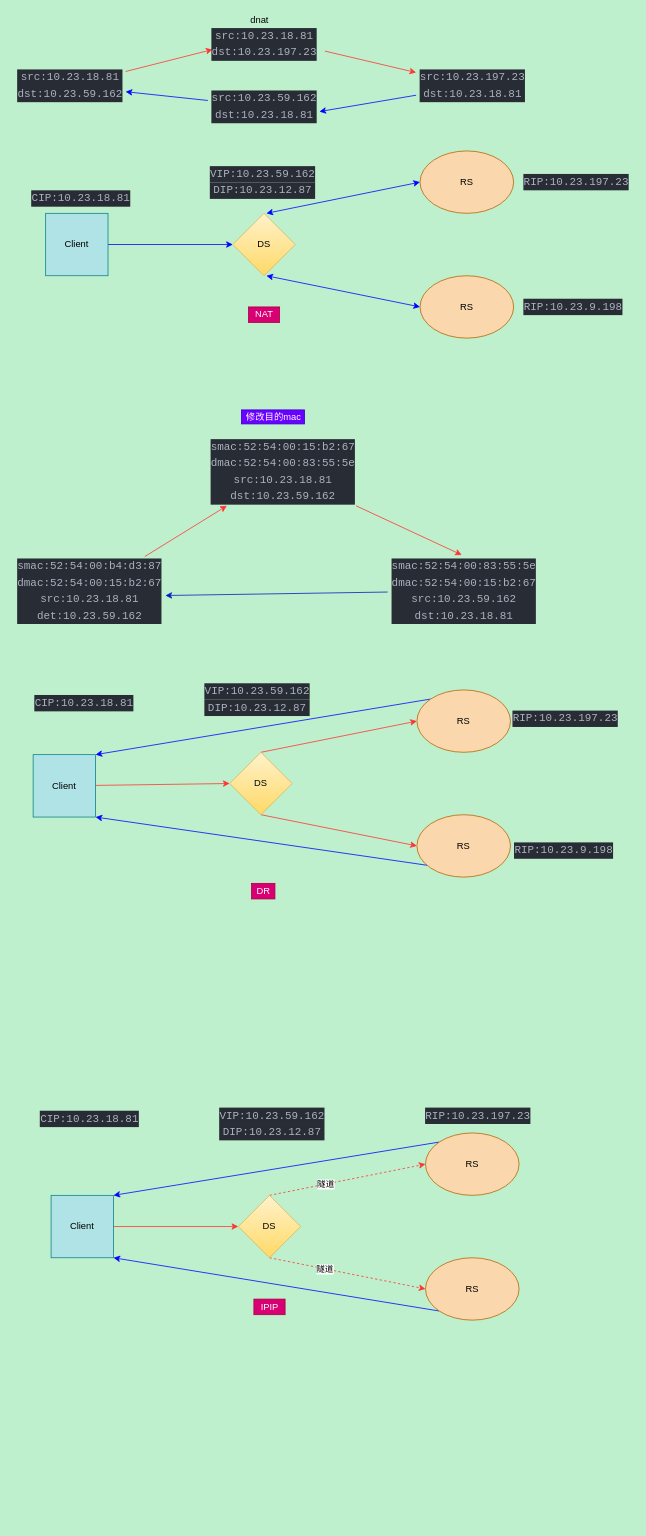
Before: drawio/ipvs.drawio in NatureLR/blog, a draw.io diagram. Source tidied: cells renumbered, new cells numbered last; positions are measured from the earlier drawing's top-left corner, leaving out a move shared by most shapes. Both pictures are drawn from the tidied source at 78%, with x=0, y=0 at pixel (12, 13).
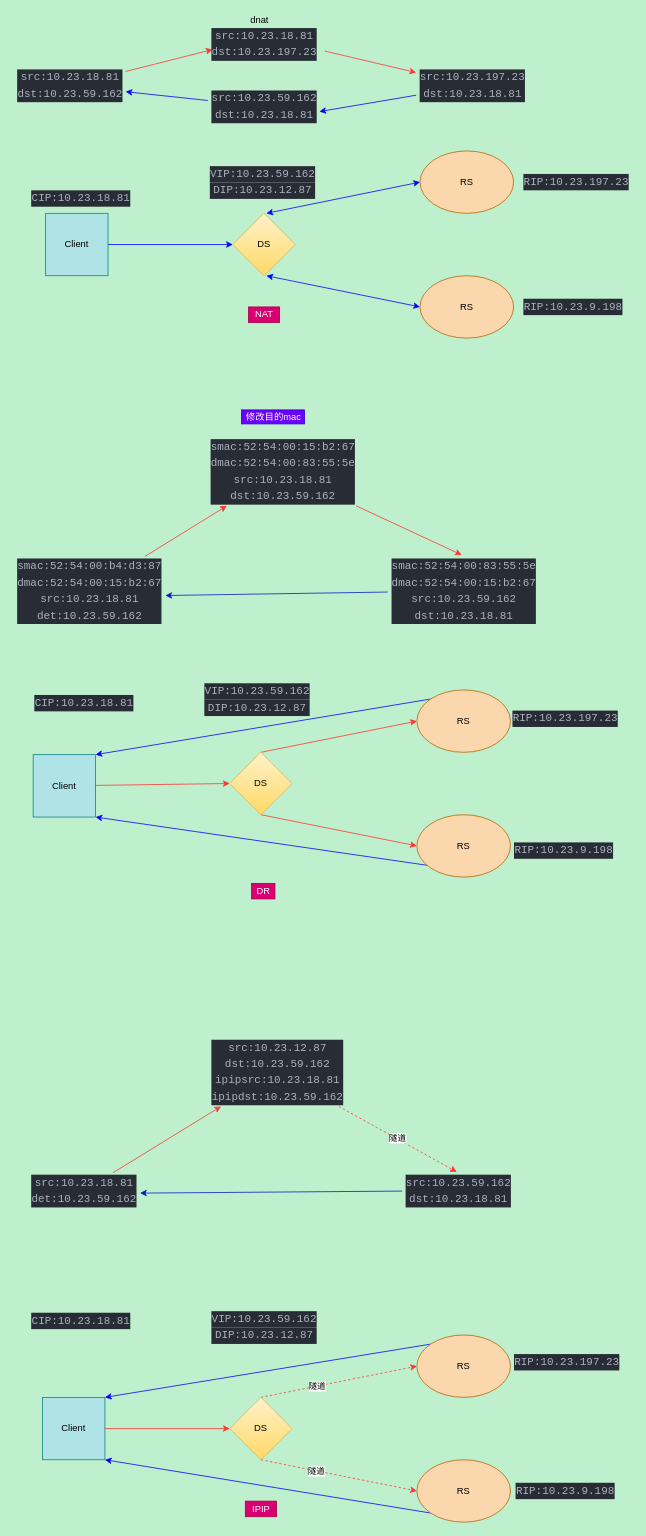
The same page after the edit.

The edit, as a diff of the source:
```diff
@@
     <mxCell id="19" value="&lt;font color=&quot;#000000&quot;&gt;Client&lt;/font&gt;" style="rounded=0;whiteSpace=wrap;html=1;fillColor=#b0e3e6;strokeColor=#0e8088;" parent="1" vertex="1">
-      <mxGeometry x="49" y="1515" width="80" height="80" as="geometry" />
+      <mxGeometry x="38" y="1774" width="80" height="80" as="geometry" />
     </mxCell>
     <mxCell id="20" style="edgeStyle=none;html=1;exitX=0.5;exitY=1;exitDx=0;exitDy=0;" parent="1" edge="1" source="24">
       <mxGeometry relative="1" as="geometry">
-        <mxPoint x="329.2" y="1595" as="targetPoint" />
+        <mxPoint x="318.2" y="1854" as="targetPoint" />
       </mxGeometry>
     </mxCell>
@@
     <mxCell id="24" value="&lt;font color=&quot;#000000&quot;&gt;DS&lt;/font&gt;" style="rhombus;whiteSpace=wrap;html=1;fillColor=#fff2cc;gradientColor=#ffd966;strokeColor=#d6b656;" parent="1" vertex="1">
-      <mxGeometry x="289" y="1515" width="80" height="80" as="geometry" />
+      <mxGeometry x="278" y="1774" width="80" height="80" as="geometry" />
     </mxCell>
@@
     <mxCell id="26" value="&lt;font color=&quot;#000000&quot;&gt;RS&lt;/font&gt;" style="ellipse;whiteSpace=wrap;html=1;fillColor=#fad7ac;strokeColor=#b46504;" parent="1" vertex="1">
-      <mxGeometry x="529" y="1435" width="120" height="80" as="geometry" />
+      <mxGeometry x="518" y="1694" width="120" height="80" as="geometry" />
     </mxCell>
@@
     <mxCell id="28" value="&lt;font color=&quot;#000000&quot;&gt;RS&lt;/font&gt;" style="ellipse;whiteSpace=wrap;html=1;fillColor=#fad7ac;strokeColor=#b46504;" parent="1" vertex="1">
-      <mxGeometry x="529" y="1595" width="120" height="80" as="geometry" />
+      <mxGeometry x="518" y="1854" width="120" height="80" as="geometry" />
     </mxCell>
@@
     <mxCell id="31" value="IPIP&lt;br&gt;" style="text;html=1;align=center;verticalAlign=middle;strokeColor=#A50040;fillColor=#d80073;fontColor=#ffffff;" parent="1" vertex="1">
-      <mxGeometry x="309" y="1648" width="40" height="20" as="geometry" />
+      <mxGeometry x="298" y="1907" width="40" height="20" as="geometry" />
     </mxCell>
@@
     <mxCell id="41" value="&lt;div style=&quot;color: rgb(171 , 178 , 191) ; background-color: rgb(40 , 44 , 52) ; font-family: &amp;#34;jetbrains mono&amp;#34; , &amp;#34;courier new&amp;#34; , monospace , &amp;#34;menlo&amp;#34; , &amp;#34;monaco&amp;#34; , &amp;#34;courier new&amp;#34; , monospace ; font-size: 14px ; line-height: 21px&quot;&gt;CIP:10.23.18.81&lt;/div&gt;" style="text;html=1;align=center;verticalAlign=middle;strokeColor=none;fillColor=none;" parent="1" vertex="1">
-      <mxGeometry x="30" y="1404" width="136" height="25" as="geometry" />
+      <mxGeometry x="19" y="1663" width="136" height="25" as="geometry" />
     </mxCell>
     <mxCell id="42" value="&lt;div style=&quot;color: rgb(171 , 178 , 191) ; background-color: rgb(40 , 44 , 52) ; font-family: &amp;#34;jetbrains mono&amp;#34; , &amp;#34;courier new&amp;#34; , monospace , &amp;#34;menlo&amp;#34; , &amp;#34;monaco&amp;#34; , &amp;#34;courier new&amp;#34; , monospace ; font-size: 14px ; line-height: 21px&quot;&gt;VIP:10.23.59.162&lt;/div&gt;&lt;div style=&quot;color: rgb(171 , 178 , 191) ; background-color: rgb(40 , 44 , 52) ; font-family: &amp;#34;jetbrains mono&amp;#34; , &amp;#34;courier new&amp;#34; , monospace , &amp;#34;menlo&amp;#34; , &amp;#34;monaco&amp;#34; , &amp;#34;courier new&amp;#34; , monospace ; font-size: 14px ; line-height: 21px&quot;&gt;DIP:&lt;span style=&quot;font-family: &amp;#34;jetbrains mono&amp;#34; , &amp;#34;courier new&amp;#34; , monospace , &amp;#34;menlo&amp;#34; , &amp;#34;monaco&amp;#34; , &amp;#34;courier new&amp;#34; , monospace&quot;&gt;10.23.12.87&lt;/span&gt;&lt;/div&gt;" style="text;html=1;align=center;verticalAlign=middle;strokeColor=none;fillColor=none;" parent="1" vertex="1">
-      <mxGeometry x="260" y="1400" width="144" height="46" as="geometry" />
+      <mxGeometry x="250" y="1661" width="144" height="46" as="geometry" />
     </mxCell>
     <mxCell id="43" value="&lt;div style=&quot;color: rgb(171 , 178 , 191) ; background-color: rgb(40 , 44 , 52) ; font-family: &amp;#34;jetbrains mono&amp;#34; , &amp;#34;courier new&amp;#34; , monospace , &amp;#34;menlo&amp;#34; , &amp;#34;monaco&amp;#34; , &amp;#34;courier new&amp;#34; , monospace ; font-size: 14px ; line-height: 21px&quot;&gt;RIP:&lt;span style=&quot;font-family: &amp;#34;jetbrains mono&amp;#34; , &amp;#34;courier new&amp;#34; , monospace , &amp;#34;menlo&amp;#34; , &amp;#34;monaco&amp;#34; , &amp;#34;courier new&amp;#34; , monospace&quot;&gt;10.23.197.23&lt;/span&gt;&lt;/div&gt;" style="text;html=1;align=center;verticalAlign=middle;strokeColor=none;fillColor=none;" parent="1" vertex="1">
-      <mxGeometry x="524" y="1400" width="144" height="25" as="geometry" />
+      <mxGeometry x="638" y="1716" width="144" height="25" as="geometry" />
     </mxCell>
@@
+    <mxCell id="61" style="edgeStyle=none;html=1;fillColor=#d80073;strokeColor=#FF3333;" parent="1" edge="1" source="62" target="67">
+      <mxGeometry relative="1" as="geometry" />
+    </mxCell>
+    <mxCell id="62" value="&lt;div style=&quot;color: rgb(171 , 178 , 191) ; background-color: rgb(40 , 44 , 52) ; font-family: &amp;#34;jetbrains mono&amp;#34; , &amp;#34;courier new&amp;#34; , monospace , &amp;#34;menlo&amp;#34; , &amp;#34;monaco&amp;#34; , &amp;#34;courier new&amp;#34; , monospace ; font-size: 14px ; line-height: 21px&quot;&gt;&lt;div&gt;src:10.23.18.81&lt;/div&gt;&lt;div&gt;det:10.23.59.162&lt;/div&gt;&lt;/div&gt;" style="text;html=1;align=center;verticalAlign=middle;points=[];strokeColor=none;fillColor=none;" parent="1" vertex="1">
+      <mxGeometry x="19" y="1486" width="144" height="46" as="geometry" />
+    </mxCell>
+    <mxCell id="63" style="edgeStyle=none;html=1;entryX=1;entryY=0.568;entryDx=0;entryDy=0;entryPerimeter=0;fillColor=#0050ef;strokeColor=#001DBC;" parent="1" edge="1" source="64" target="62">
+      <mxGeometry relative="1" as="geometry" />
+    </mxCell>
+    <mxCell id="64" value="&lt;div style=&quot;color: rgb(171 , 178 , 191) ; background-color: rgb(40 , 44 , 52) ; font-family: &amp;#34;jetbrains mono&amp;#34; , &amp;#34;courier new&amp;#34; , monospace , &amp;#34;menlo&amp;#34; , &amp;#34;monaco&amp;#34; , &amp;#34;courier new&amp;#34; , monospace ; font-size: 14px ; line-height: 21px&quot;&gt;&lt;div&gt;src:10.23.59.162&lt;/div&gt;&lt;div&gt;dst:10.23.18.81&lt;/div&gt;&lt;/div&gt;" style="text;html=1;align=center;verticalAlign=middle;points=[];strokeColor=none;fillColor=none;" parent="1" vertex="1">
+      <mxGeometry x="499" y="1486" width="144" height="46" as="geometry" />
+    </mxCell>
+    <mxCell id="65" style="edgeStyle=none;html=1;entryX=0.487;entryY=-0.023;entryDx=0;entryDy=0;entryPerimeter=0;fillColor=#a20025;strokeColor=#FF3333;dashed=1;" parent="1" edge="1" source="67" target="64">
+      <mxGeometry relative="1" as="geometry" />
+    </mxCell>
+    <mxCell id="66" value="隧道" style="edgeLabel;html=1;align=center;verticalAlign=middle;" parent="65" vertex="1">
+      <mxGeometry x="-0.02" y="1" relative="1" as="geometry" />
+    </mxCell>
+    <mxCell id="67" value="&lt;div style=&quot;color: rgb(171 , 178 , 191) ; background-color: rgb(40 , 44 , 52) ; font-family: &amp;#34;jetbrains mono&amp;#34; , &amp;#34;courier new&amp;#34; , monospace , &amp;#34;menlo&amp;#34; , &amp;#34;monaco&amp;#34; , &amp;#34;courier new&amp;#34; , monospace ; font-size: 14px ; line-height: 21px&quot;&gt;&lt;div&gt;src:10.23.12.87&lt;br&gt;&lt;/div&gt;&lt;div&gt;dst:10.23.59.162&lt;/div&gt;&lt;div&gt;ipipsrc:10.23.18.81&lt;/div&gt;&lt;div&gt;ipipdst:10.23.59.162&lt;/div&gt;&lt;/div&gt;" style="text;html=1;align=center;verticalAlign=middle;points=[];strokeColor=none;fillColor=none;" parent="1" vertex="1">
+      <mxGeometry x="249.5" y="1313" width="178" height="88" as="geometry" />
+    </mxCell>
+    <mxCell id="68" value="&lt;div style=&quot;color: rgb(171 , 178 , 191) ; background-color: rgb(40 , 44 , 52) ; font-family: &amp;#34;jetbrains mono&amp;#34; , &amp;#34;courier new&amp;#34; , monospace , &amp;#34;menlo&amp;#34; , &amp;#34;monaco&amp;#34; , &amp;#34;courier new&amp;#34; , monospace ; font-size: 14px ; line-height: 21px&quot;&gt;RIP:&lt;span style=&quot;font-family: &amp;#34;jetbrains mono&amp;#34; , &amp;#34;courier new&amp;#34; , monospace , &amp;#34;menlo&amp;#34; , &amp;#34;monaco&amp;#34; , &amp;#34;courier new&amp;#34; , monospace&quot;&gt;10.23.9.198  &lt;/span&gt;&lt;/div&gt;" style="text;html=1;align=center;verticalAlign=middle;strokeColor=none;fillColor=none;" parent="1" vertex="1">
+      <mxGeometry x="640" y="1881.5" width="136" height="25" as="geometry" />
+    </mxCell>
```
